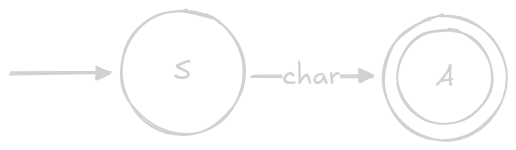
Earlier version of the Excalidraw export regex/docs/regex_single_letter.png (Obito-git/ft_lex). Source tidied: one line per element, renumbered; positions are measured from the earlier drawing's top-left corner, leaving out a move shared by most shapes.
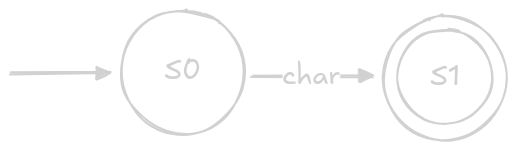
The same diagram one commit later.

Change to the diagram source:
```diff
@@ -1,8 +1,8 @@
 {"id": 0, "type": "ellipse", "strokeColor": "#1e1e1e", "strokeWidth": 2, "roughness": 1, "round": true, "x": 388, "y": 19, "width": 94, "height": 95}
 {"id": 1, "type": "ellipse", "strokeColor": "#1e1e1e", "strokeWidth": 2, "roughness": 1, "round": true, "x": 374, "y": 6, "width": 123, "height": 124}
-{"id": 2, "type": "text", "text": "A", "strokeColor": "#1e1e1e", "strokeWidth": 2, "roughness": 1, "fontSize": 28, "fontFamily": 5, "textAlign": "center", "verticalAlign": "middle", "inside": 1, "x": 426, "y": 51, "width": 19, "height": 35}
+{"id": 2, "type": "text", "text": "S1", "strokeColor": "#1e1e1e", "strokeWidth": 2, "roughness": 1, "fontSize": 28, "fontFamily": 5, "textAlign": "center", "verticalAlign": "middle", "inside": 1, "x": 421, "y": 51, "width": 29, "height": 35}
 {"id": 3, "type": "ellipse", "strokeColor": "#1e1e1e", "strokeWidth": 2, "roughness": 1, "round": true, "x": 112, "y": 0, "width": 123, "height": 124}
-{"id": 4, "type": "text", "text": "S", "strokeColor": "#1e1e1e", "strokeWidth": 2, "roughness": 1, "fontSize": 28, "fontFamily": 5, "textAlign": "center", "verticalAlign": "middle", "inside": 3, "x": 164, "y": 45, "width": 17, "height": 35}
+{"id": 4, "type": "text", "text": "S0", "strokeColor": "#1e1e1e", "strokeWidth": 2, "roughness": 1, "fontSize": 28, "fontFamily": 5, "textAlign": "center", "verticalAlign": "middle", "inside": 3, "x": 155, "y": 45, "width": 36, "height": 35}
 {"id": 5, "type": "arrow", "strokeColor": "#1e1e1e", "strokeWidth": 2, "roughness": 1, "endArrowhead": "triangle", "round": true, "to": 3, "x": 0, "y": 63, "width": 100, "height": 0, "points": [[0, 0], [100, 0]]}
 {"id": 6, "type": "arrow", "strokeColor": "#1e1e1e", "strokeWidth": 2, "roughness": 1, "endArrowhead": "triangle", "round": true, "from": 3, "to": 1, "x": 241, "y": 67, "width": 121, "height": 1, "points": [[0, 0], [121, -1]]}
 {"id": 7, "type": "text", "text": "char", "strokeColor": "#1e1e1e", "strokeWidth": 2, "roughness": 1, "fontSize": 28, "fontFamily": 5, "textAlign": "center", "verticalAlign": "middle", "inside": 6, "x": 268, "y": 49, "width": 58, "height": 35}
```
